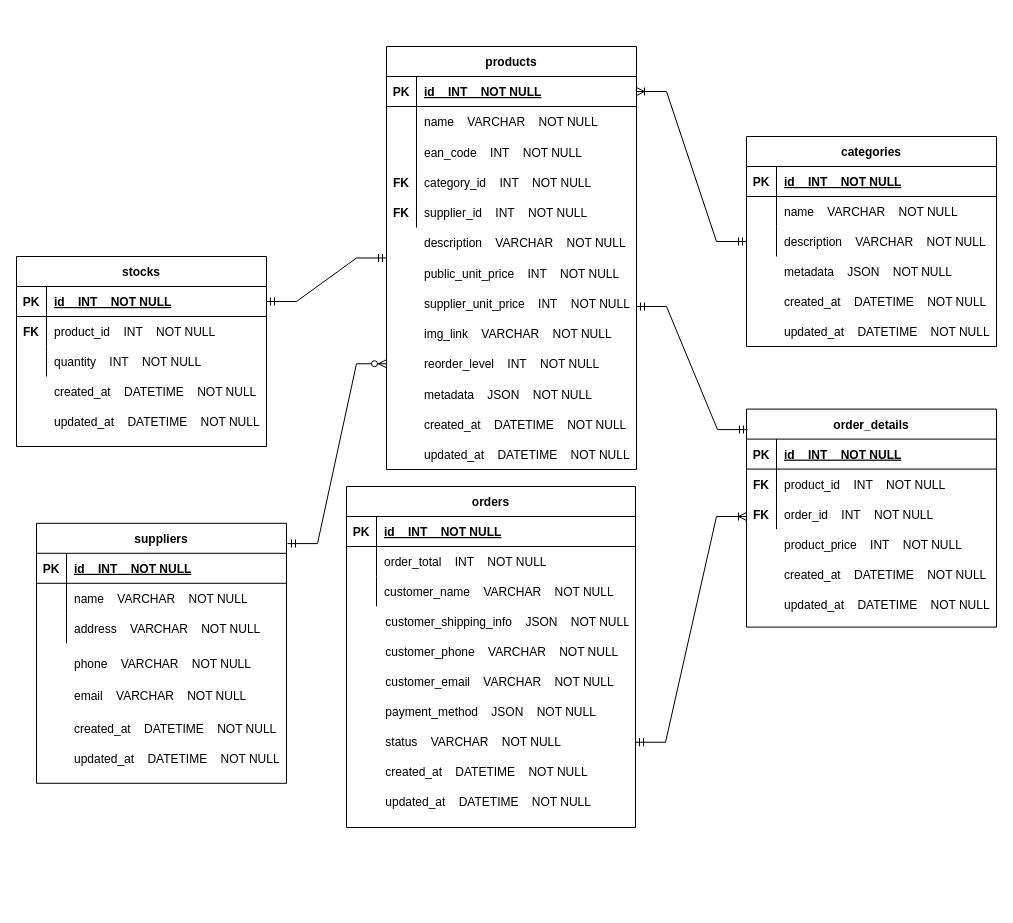
Helly2010/Cloud-Computing-Project keeps this draw.io diagram as documentation/final_report/diagrams/webshop_erd.drawio. Above is the earlier version. Source tidied: cells renumbered, new cells numbered last; positions are measured from the earlier drawing's top-left corner, leaving out a move shared by most shapes. Both pictures are drawn from the tidied source at 100%, with x=0, y=0 at pixel (-84, 46).
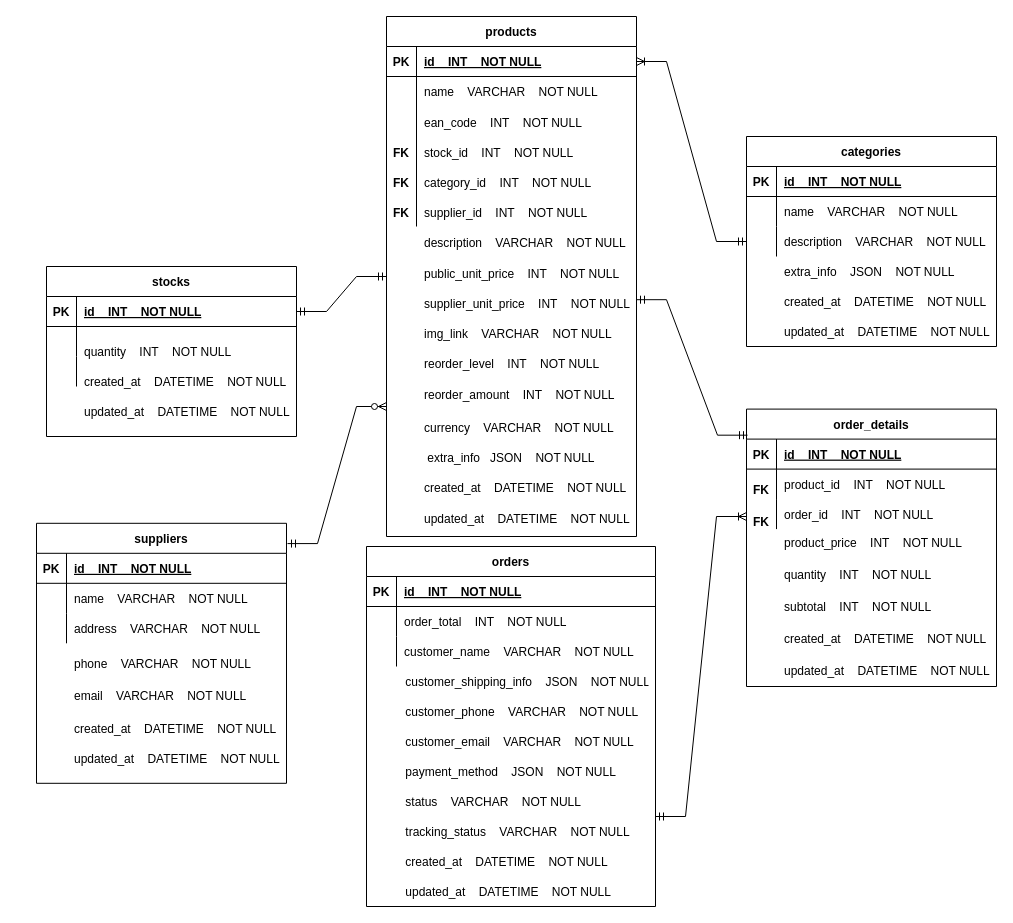
The same page after the edit.

Commit message (it also covers changes not shown here):
webshop erd modification

Unchanged cells that the change refers to:
```xml
<mxCell id="59" value="y" style="group;fontFamily=Helvetica;" parent="1" vertex="1">
  <mxGeometry x="830" y="100" width="250" height="210" as="geometry" />
</mxCell>
<mxCell id="99" style="shape=partialRectangle;fillColor=none;top=0;left=0;right=0;bottom=0;fontFamily=Helvetica;" parent="95" vertex="1">
  <mxGeometry y="60" width="250" height="30" as="geometry" />
</mxCell>
<mxCell id="102" style="shape=partialRectangle;fillColor=none;top=0;left=0;right=0;bottom=0;fontFamily=Helvetica;" parent="95" vertex="1">
  <mxGeometry y="90" width="250" height="30" as="geometry" />
</mxCell>
```

What changed in the source:
```diff
@@
     <mxCell id="19" style="group;fontFamily=Helvetica;" parent="1" vertex="1">
-      <mxGeometry x="470" width="610" height="580.6" as="geometry" />
+      <mxGeometry x="470" width="610" height="650" as="geometry" />
     </mxCell>
     <mxCell id="20" value="products" style="shape=table;startSize=30;childLayout=tableLayout;rowLines=0;fontStyle=1;align=center;" parent="19" vertex="1">
-      <mxGeometry width="250" height="423" as="geometry" />
+      <mxGeometry y="-30" width="250" height="520" as="geometry" />
     </mxCell>
@@
     <mxCell id="30" value="created_at    DATETIME    NOT NULL" style="shape=partialRectangle;overflow=hidden;fillColor=none;top=0;left=0;bottom=0;right=0;align=left;spacingLeft=6;fontFamily=Helvetica;" parent="19" vertex="1">
-      <mxGeometry x="30" y="362.6" width="220" height="30.2" as="geometry" />
+      <mxGeometry x="30" y="426.3" width="220" height="30.2" as="geometry" />
     </mxCell>
@@
     <mxCell id="32" value="updated_at    DATETIME    NOT NULL" style="shape=partialRectangle;overflow=hidden;fillColor=none;top=0;left=0;bottom=0;right=0;align=left;spacingLeft=6;fontFamily=Helvetica;" parent="19" vertex="1">
-      <mxGeometry x="30" y="392.8" width="220" height="30.2" as="geometry" />
+      <mxGeometry x="30" y="456.5" width="220" height="30.2" as="geometry" />
     </mxCell>
@@
-    <mxCell id="34" value="metadata    JSON    NOT NULL" style="shape=partialRectangle;overflow=hidden;fillColor=none;top=0;left=0;bottom=0;right=0;align=left;spacingLeft=6;fontFamily=Helvetica;" parent="19" vertex="1">
-      <mxGeometry x="30" y="332.4" width="220" height="30.2" as="geometry" />
+    <mxCell id="34" value=" extra_info   JSON    NOT NULL" style="shape=partialRectangle;overflow=hidden;fillColor=none;top=0;left=0;bottom=0;right=0;align=left;spacingLeft=6;fontFamily=Helvetica;" parent="19" vertex="1">
+      <mxGeometry x="30" y="396" width="220" height="30.2" as="geometry" />
     </mxCell>
@@
     <mxCell id="37" value="ean_code    INT    NOT NULL" style="shape=partialRectangle;overflow=hidden;fillColor=none;top=0;left=0;bottom=0;right=0;align=left;spacingLeft=6;fontFamily=Helvetica;" parent="19" vertex="1">
-      <mxGeometry x="30" y="90.6" width="220" height="30.2" as="geometry" />
+      <mxGeometry x="30" y="60.4" width="220" height="30.2" as="geometry" />
     </mxCell>
@@
     <mxCell id="39" style="endArrow=none;html=1;rounded=0;fontFamily=Helvetica;" parent="19" edge="1">
       <mxGeometry relative="1" as="geometry">
-        <mxPoint x="30" y="181" as="sourcePoint" />
-        <mxPoint x="30" y="87" as="targetPoint" />
+        <mxPoint x="30" y="180" as="sourcePoint" />
+        <mxPoint x="30" y="50" as="targetPoint" />
       </mxGeometry>
     </mxCell>
@@
     <mxCell id="41" style="group;fontFamily=Helvetica;" parent="19" vertex="1">
-      <mxGeometry x="360" y="362.6" width="250" height="218" as="geometry" />
+      <mxGeometry x="360" y="362.6" width="250" height="277.4" as="geometry" />
     </mxCell>
     <mxCell id="42" value="order_details" style="shape=table;startSize=30;childLayout=tableLayout;rowLines=0;fontStyle=1;align=center;" parent="41" vertex="1">
-      <mxGeometry width="250" height="218" as="geometry" />
+      <mxGeometry width="250" height="277.4" as="geometry" />
     </mxCell>
@@
     <mxCell id="52" value="product_price    INT    NOT NULL" style="shape=partialRectangle;overflow=hidden;fillColor=none;top=0;left=0;bottom=0;right=0;align=left;spacingLeft=6;fontFamily=Helvetica;" parent="41" vertex="1">
-      <mxGeometry x="30" y="120" width="220" height="30" as="geometry" />
+      <mxGeometry x="30" y="117.4" width="220" height="32" as="geometry" />
     </mxCell>
     <mxCell id="53" value="created_at    DATETIME    NOT NULL" style="shape=partialRectangle;overflow=hidden;fillColor=none;top=0;left=0;bottom=0;right=0;align=left;spacingLeft=6;fontFamily=Helvetica;" parent="41" vertex="1">
-      <mxGeometry x="30" y="150" width="220" height="30" as="geometry" />
+      <mxGeometry x="30" y="213.4" width="220" height="32" as="geometry" />
     </mxCell>
     <mxCell id="54" value="updated_at    DATETIME    NOT NULL" style="shape=partialRectangle;overflow=hidden;fillColor=none;top=0;left=0;bottom=0;right=0;align=left;spacingLeft=6;fontFamily=Helvetica;" parent="41" vertex="1">
-      <mxGeometry x="30" y="180" width="220" height="30" as="geometry" />
+      <mxGeometry x="30" y="245.4" width="220" height="32" as="geometry" />
     </mxCell>
     <mxCell id="55" value="FK" style="shape=partialRectangle;overflow=hidden;fillColor=none;top=0;left=0;bottom=0;right=0;fontStyle=1;" parent="41" vertex="1">
-      <mxGeometry y="90" width="30" height="30" as="geometry" />
+      <mxGeometry y="96" width="30" height="32" as="geometry" />
     </mxCell>
     <mxCell id="56" value="FK" style="shape=partialRectangle;overflow=hidden;fillColor=none;top=0;left=0;bottom=0;right=0;fontStyle=1;" parent="41" vertex="1">
-      <mxGeometry y="60" width="30" height="30" as="geometry" />
+      <mxGeometry y="64" width="30" height="32" as="geometry" />
     </mxCell>
     <mxCell id="57" style="edgeStyle=entityRelationEdgeStyle;fontSize=12;html=1;endArrow=ERmandOne;startArrow=ERmandOne;rounded=0;fontFamily=Helvetica;entryX=0.004;entryY=0.094;entryDx=0;entryDy=0;entryPerimeter=0;" parent="41" edge="1" target="42">
       <mxGeometry relative="1" as="geometry">
-        <mxPoint x="-110" y="-102.6" as="sourcePoint" />
+        <mxPoint x="-110" y="-109.4" as="sourcePoint" />
       </mxGeometry>
     </mxCell>
+    <mxCell id="109" value="quantity    INT    NOT NULL" style="shape=partialRectangle;overflow=hidden;fillColor=none;top=0;left=0;bottom=0;right=0;align=left;spacingLeft=6;fontFamily=Helvetica;" parent="41" vertex="1">
+      <mxGeometry x="30" y="149.4" width="220" height="32" as="geometry" />
+    </mxCell>
+    <mxCell id="110" value="subtotal    INT    NOT NULL" style="shape=partialRectangle;overflow=hidden;fillColor=none;top=0;left=0;bottom=0;right=0;align=left;spacingLeft=6;fontFamily=Helvetica;" parent="41" vertex="1">
+      <mxGeometry x="30" y="181.4" width="220" height="32" as="geometry" />
+    </mxCell>
@@
+    <mxCell id="107" value="FK" style="shape=partialRectangle;overflow=hidden;fillColor=none;top=0;left=0;bottom=0;right=0;fontStyle=1;" parent="19" vertex="1">
+      <mxGeometry y="90.6" width="30" height="30.2" as="geometry" />
+    </mxCell>
+    <mxCell id="111" value="stock_id    INT    NOT NULL" style="shape=partialRectangle;overflow=hidden;fillColor=none;top=0;left=0;bottom=0;right=0;align=left;spacingLeft=6;fontFamily=Helvetica;" parent="19" vertex="1">
+      <mxGeometry x="30" y="90.6" width="220" height="30.2" as="geometry" />
+    </mxCell>
+    <mxCell id="112" value="reorder_amount    INT    NOT NULL" style="shape=partialRectangle;overflow=hidden;fillColor=none;top=0;left=0;bottom=0;right=0;align=left;spacingLeft=6;fontFamily=Helvetica;" parent="19" vertex="1">
+      <mxGeometry x="30" y="332.4" width="220" height="30.2" as="geometry" />
+    </mxCell>
+    <mxCell id="113" value="currency    VARCHAR    NOT NULL" style="shape=partialRectangle;overflow=hidden;fillColor=none;top=0;left=0;bottom=0;right=0;align=left;spacingLeft=6;fontFamily=Helvetica;" parent="19" vertex="1">
+      <mxGeometry x="30" y="365.8" width="220" height="30.2" as="geometry" />
+    </mxCell>
@@
-    <mxCell id="70" value="metadata    JSON    NOT NULL" style="shape=partialRectangle;overflow=hidden;fillColor=none;top=0;left=0;bottom=0;right=0;align=left;spacingLeft=6;fontFamily=Helvetica;" parent="59" vertex="1">
+    <mxCell id="70" value="extra_info    JSON    NOT NULL" style="shape=partialRectangle;overflow=hidden;fillColor=none;top=0;left=0;bottom=0;right=0;align=left;spacingLeft=6;fontFamily=Helvetica;" parent="59" vertex="1">
       <mxGeometry x="30" y="110" width="220" height="30" as="geometry" />
     </mxCell>
@@
     <mxCell id="75" style="group;fontFamily=Helvetica;" parent="1" vertex="1">
-      <mxGeometry x="390" y="510" width="282" height="360" as="geometry" />
+      <mxGeometry x="410" y="570" width="329" height="360" as="geometry" />
     </mxCell>
     <mxCell id="76" style="group;fontFamily=Helvetica;" parent="75" vertex="1">
-      <mxGeometry x="40" y="-70" width="289" height="341" as="geometry" />
+      <mxGeometry x="40" y="-70" width="289" height="360" as="geometry" />
     </mxCell>
@@
     <mxCell id="82" value="created_at    DATETIME    NOT NULL" style="shape=partialRectangle;overflow=hidden;fillColor=none;top=0;left=0;bottom=0;right=0;align=left;spacingLeft=6;fontFamily=Helvetica;" parent="76" vertex="1">
-      <mxGeometry x="31.3" y="270" width="250.7" height="30" as="geometry" />
+      <mxGeometry x="31.3" y="300" width="250.7" height="30" as="geometry" />
     </mxCell>
     <mxCell id="83" value="updated_at    DATETIME    NOT NULL" style="shape=partialRectangle;overflow=hidden;fillColor=none;top=0;left=0;bottom=0;right=0;align=left;spacingLeft=6;fontFamily=Helvetica;" parent="76" vertex="1">
-      <mxGeometry x="31.3" y="300" width="250.7" height="30" as="geometry" />
+      <mxGeometry x="31.3" y="330" width="250.7" height="30" as="geometry" />
     </mxCell>
     <mxCell id="84" value="orders" style="shape=table;startSize=30;childLayout=tableLayout;rowLines=0;fontStyle=1;align=center;" parent="76" vertex="1">
-      <mxGeometry width="289" height="341" as="geometry" />
+      <mxGeometry width="289" height="360" as="geometry" />
     </mxCell>
@@
+    <mxCell id="114" value="tracking_status    VARCHAR    NOT NULL" style="shape=partialRectangle;overflow=hidden;fillColor=none;top=0;left=0;bottom=0;right=0;align=left;spacingLeft=6;fontFamily=Helvetica;" parent="76" vertex="1">
+      <mxGeometry x="31.3" y="270" width="250.7" height="30" as="geometry" />
+    </mxCell>
     <mxCell id="94" style="group;" parent="1" vertex="1">
-      <mxGeometry x="100" y="210" width="250" height="190" as="geometry" />
+      <mxGeometry x="130" y="220" width="250" height="190" as="geometry" />
     </mxCell>
     <mxCell id="95" value="stocks" style="shape=table;startSize=30;childLayout=tableLayout;rowLines=0;fontStyle=1;align=center;" parent="94" vertex="1">
-      <mxGeometry width="250" height="190" as="geometry" />
+      <mxGeometry width="250" height="170" as="geometry" />
     </mxCell>
@@
-    <mxCell id="101" value="product_id    INT    NOT NULL" style="shape=partialRectangle;overflow=hidden;fillColor=none;top=0;left=0;bottom=0;right=0;align=left;spacingLeft=6;fontFamily=Helvetica;" parent="99" vertex="1">
+    <mxCell id="101" style="shape=partialRectangle;overflow=hidden;fillColor=none;top=0;left=0;bottom=0;right=0;align=left;spacingLeft=6;fontFamily=Helvetica;" parent="99" vertex="1">
       <mxGeometry x="30" width="220" height="30" as="geometry" />
     </mxCell>
@@
-    <mxCell id="104" value="quantity    INT    NOT NULL" style="shape=partialRectangle;overflow=hidden;fillColor=none;top=0;left=0;bottom=0;right=0;align=left;spacingLeft=6;fontFamily=Helvetica;" parent="102" vertex="1">
+    <mxCell id="104" style="shape=partialRectangle;overflow=hidden;fillColor=none;top=0;left=0;bottom=0;right=0;align=left;spacingLeft=6;fontFamily=Helvetica;" parent="102" vertex="1">
       <mxGeometry x="30" width="220" height="30" as="geometry" />
     </mxCell>
     <mxCell id="105" value="updated_at    DATETIME    NOT NULL" style="shape=partialRectangle;overflow=hidden;fillColor=none;top=0;left=0;bottom=0;right=0;align=left;spacingLeft=6;fontFamily=Helvetica;" parent="94" vertex="1">
-      <mxGeometry x="30" y="150" width="220" height="30" as="geometry" />
+      <mxGeometry x="30" y="130" width="220" height="30" as="geometry" />
     </mxCell>
     <mxCell id="106" value="created_at    DATETIME    NOT NULL" style="shape=partialRectangle;overflow=hidden;fillColor=none;top=0;left=0;bottom=0;right=0;align=left;spacingLeft=6;fontFamily=Helvetica;" parent="94" vertex="1">
-      <mxGeometry x="30" y="120" width="220" height="30" as="geometry" />
+      <mxGeometry x="30" y="100" width="220" height="30" as="geometry" />
     </mxCell>
-    <mxCell id="107" value="FK" style="shape=partialRectangle;overflow=hidden;fillColor=none;top=0;left=0;bottom=0;right=0;fontStyle=1;" parent="94" vertex="1">
-      <mxGeometry y="60" width="30" height="30" as="geometry" />
-    </mxCell>
+    <mxCell id="115" value="quantity    INT    NOT NULL" style="shape=partialRectangle;overflow=hidden;fillColor=none;top=0;left=0;bottom=0;right=0;align=left;spacingLeft=6;fontFamily=Helvetica;" parent="94" vertex="1">
+      <mxGeometry x="30" y="70" width="220" height="30" as="geometry" />
+    </mxCell>
```
